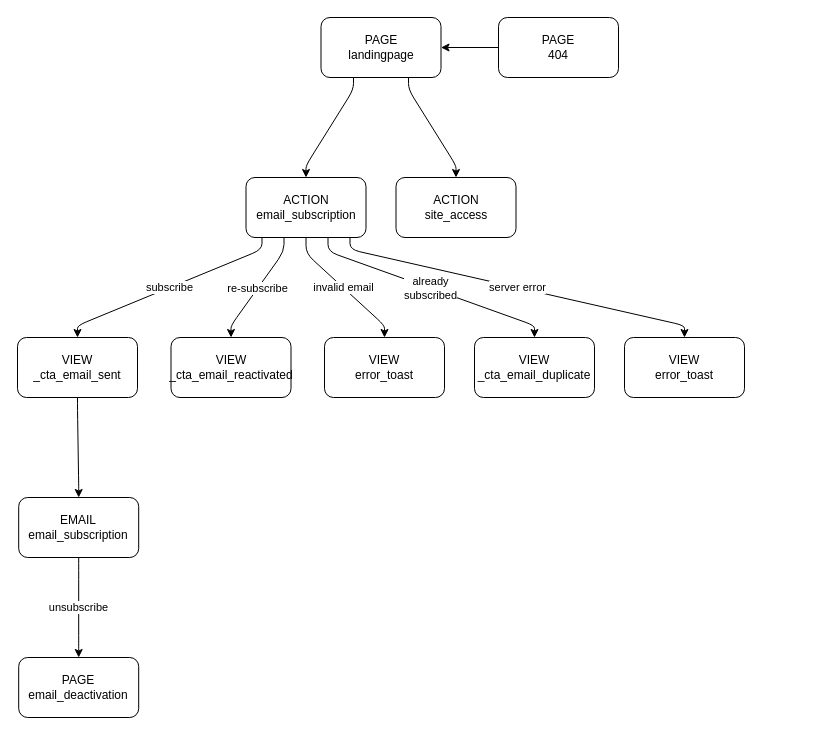
Earlier version of the draw.io diagram design/landingpage.drawio (Diquadro/TrickyDragons-Website). Source tidied: cells renumbered, new cells numbered last; positions are measured from the earlier drawing's top-left corner, leaving out a move shared by most shapes. Both pictures are drawn from the tidied source at 100%, with x=0, y=0 at pixel (17, 17).
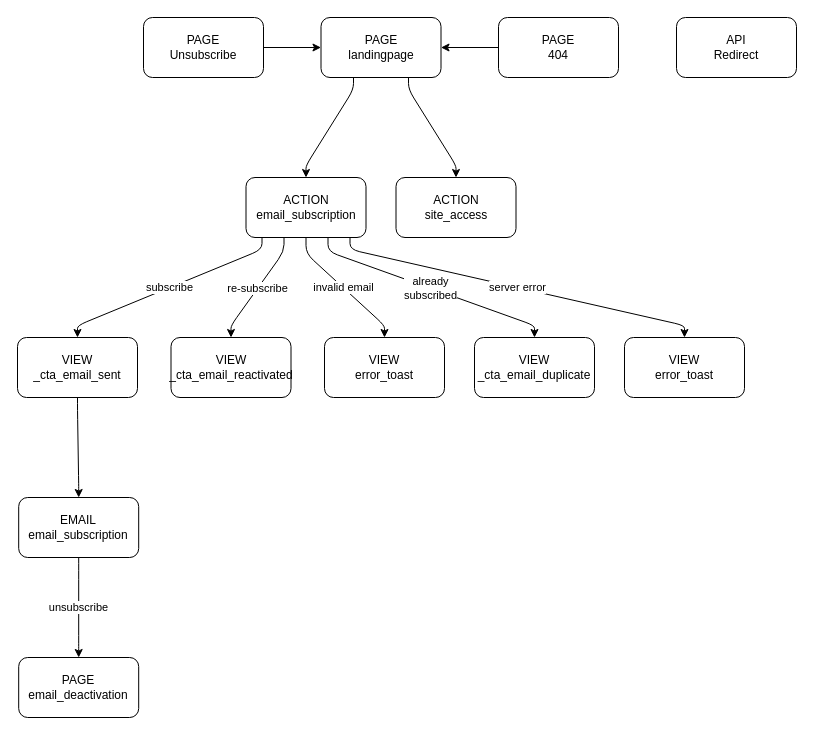
After the change.

The change refers to these unchanged cells:
```xml
<mxCell id="3" value="PAGE&lt;br&gt;landingpage" style="rounded=1;whiteSpace=wrap;html=1;" parent="1" vertex="1">
  <mxGeometry x="303.5" width="120" height="60" as="geometry" />
</mxCell>
```

The edit, as a diff of the source:
```diff
@@
+    <mxCell id="23" style="edgeStyle=none;html=1;" parent="1" edge="1" source="24" target="3">
+      <mxGeometry relative="1" as="geometry" />
+    </mxCell>
+    <mxCell id="24" value="PAGE&lt;br&gt;Unsubscribe" style="rounded=1;whiteSpace=wrap;html=1;" parent="1" vertex="1">
+      <mxGeometry x="126" width="120" height="60" as="geometry" />
+    </mxCell>
+    <mxCell id="25" value="API&lt;br&gt;Redirect" style="rounded=1;whiteSpace=wrap;html=1;" parent="1" vertex="1">
+      <mxGeometry x="659" width="120" height="60" as="geometry" />
+    </mxCell>
```
